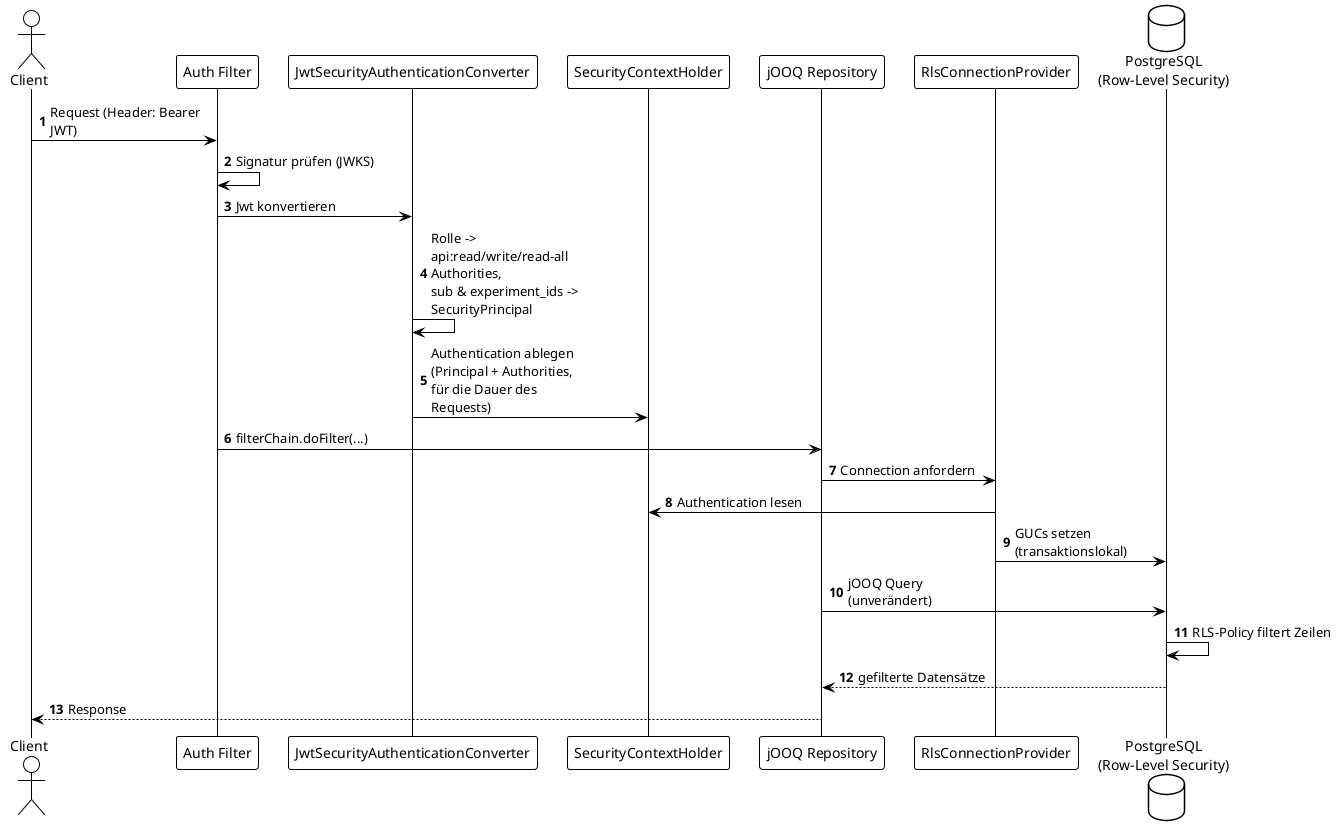
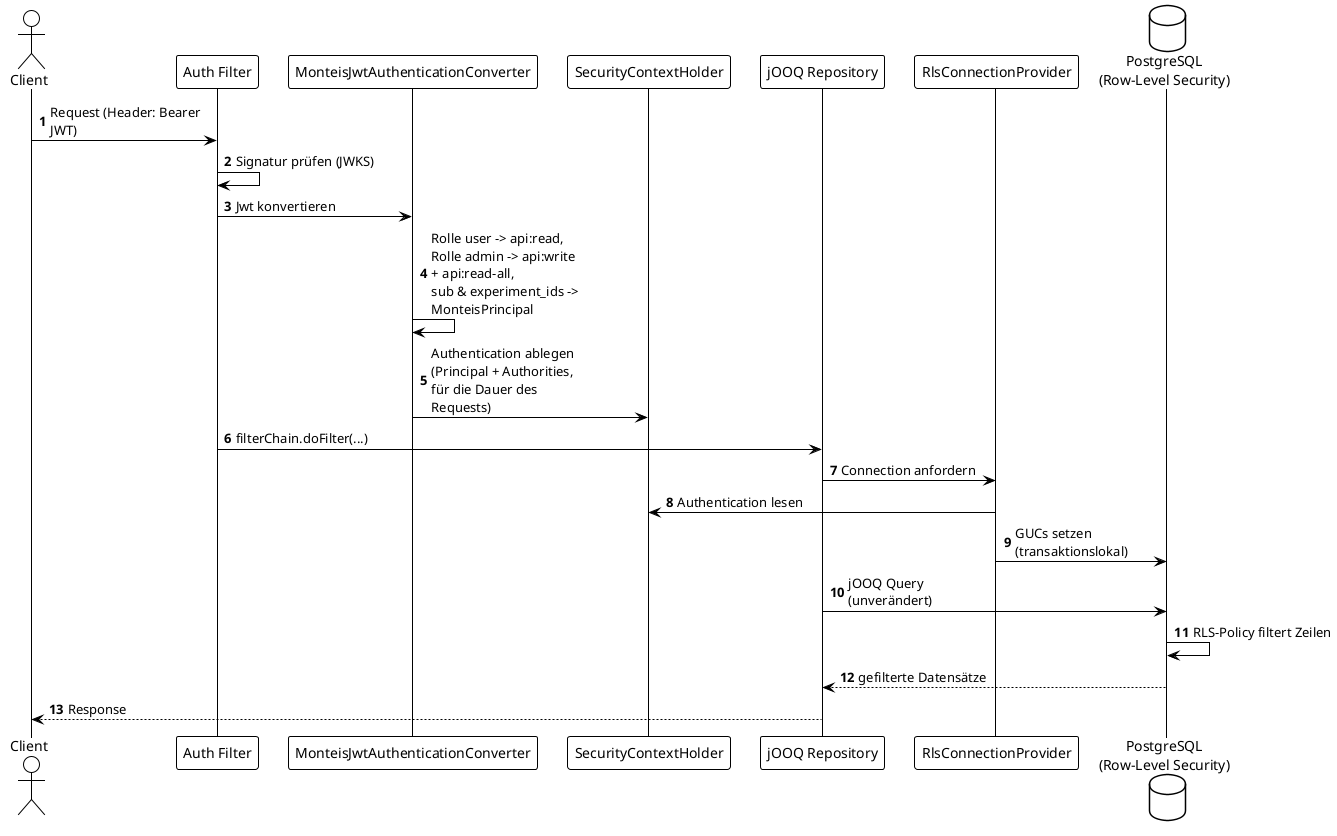
@startuml
!theme plain
autonumber
skinparam maxMessageSize 150

actor Client
participant "Auth Filter" as AuthFilter
- participant "JwtSecurityAuthenticationConverter" as Converter
+ participant "MonteisJwtAuthenticationConverter" as Converter
participant "SecurityContextHolder" as Holder
participant "jOOQ Repository" as Repo
participant "RlsConnectionProvider" as ConnProvider
database "PostgreSQL\n(Row-Level Security)" as DB

Client -> AuthFilter : Request (Header: Bearer JWT)
AuthFilter -> AuthFilter : Signatur prüfen (JWKS)
AuthFilter -> Converter : Jwt konvertieren

- Converter -> Converter : Rolle -> api:read/write/read-all Authorities,\nsub & experiment_ids -> SecurityPrincipal
+ Converter -> Converter : Rolle user -> api:read,\nRolle admin -> api:write + api:read-all,\nsub & experiment_ids -> MonteisPrincipal
Converter -> Holder : Authentication ablegen\n(Principal + Authorities, für die Dauer des Requests)

AuthFilter -> Repo : filterChain.doFilter(...)
Repo -> ConnProvider : Connection anfordern
ConnProvider -> Holder : Authentication lesen
ConnProvider -> DB : GUCs setzen (transaktionslokal)
Repo -> DB : jOOQ Query (unverändert)
DB -> DB : RLS-Policy filtert Zeilen
DB --> Repo : gefilterte Datensätze
Repo --> Client : Response

@enduml
